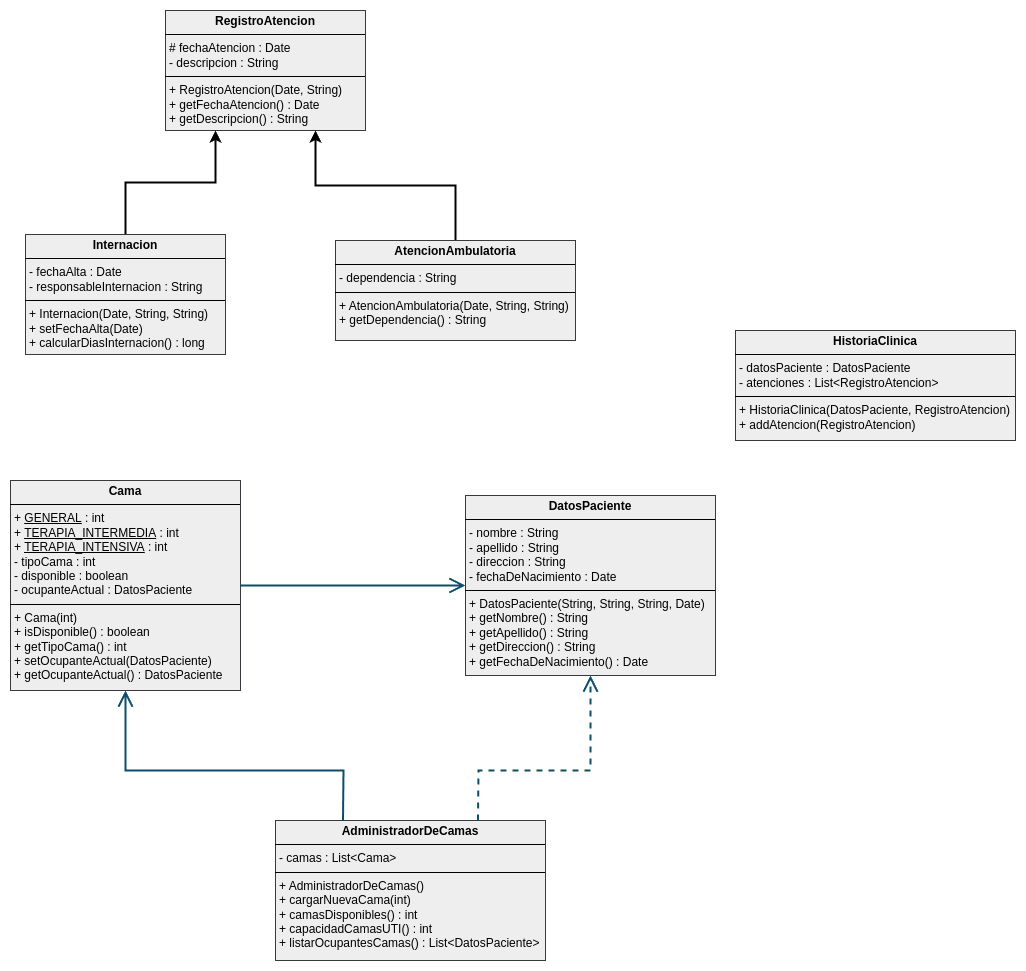
The draw.io diagram TP - Diagrama de Clases/Ej11/Ej11.drawio.png in nachoperna/Metodologias-de-Desarrollo-de-Software, before a commit. Source tidied: cells renumbered, new cells last; positions are measured from the earlier drawing's top-left corner, leaving out a move shared by most shapes. Its diagram source:
```xml
<mxGraphModel>
  <root>
    <mxCell id="0" />
    <mxCell id="1" parent="0" />
    <mxCell id="2" value="&lt;p style=&quot;margin:0px;margin-top:4px;text-align:center;&quot;&gt;&lt;b&gt;RegistroAtencion&lt;/b&gt;&lt;/p&gt;&lt;hr size=&quot;1&quot; style=&quot;border-style:solid;&quot;&gt;&lt;p style=&quot;margin:0px;margin-left:4px;&quot;&gt;# fechaAtencion : Date&lt;/p&gt;&lt;p style=&quot;margin:0px;margin-left:4px;&quot;&gt;- descripcion : String&lt;/p&gt;&lt;hr size=&quot;1&quot; style=&quot;border-style:solid;&quot;&gt;&lt;p style=&quot;margin:0px;margin-left:4px;&quot;&gt;+ RegistroAtencion(Date, String)&lt;/p&gt;&lt;p style=&quot;margin:0px;margin-left:4px;&quot;&gt;+ getFechaAtencion() : Date&lt;/p&gt;&lt;p style=&quot;margin:0px;margin-left:4px;&quot;&gt;+ getDescripcion() : String&lt;/p&gt;" style="verticalAlign=top;align=left;overflow=fill;html=1;whiteSpace=wrap;fillColor=#eeeeee;strokeColor=#36393d;" parent="1" vertex="1">
      <mxGeometry x="155" width="200" height="120" as="geometry" />
    </mxCell>
    <mxCell id="3" style="edgeStyle=orthogonalEdgeStyle;rounded=0;jettySize=auto;html=1;entryX=0.75;entryY=1;entryDx=0;entryDy=0;strokeWidth=2;" parent="1" edge="1" source="4" target="2">
      <mxGeometry relative="1" as="geometry" />
    </mxCell>
    <mxCell id="4" value="&lt;p style=&quot;margin:0px;margin-top:4px;text-align:center;&quot;&gt;&lt;b&gt;AtencionAmbulatoria&lt;/b&gt;&lt;/p&gt;&lt;hr size=&quot;1&quot; style=&quot;border-style:solid;&quot;&gt;&lt;p style=&quot;margin:0px;margin-left:4px;&quot;&gt;- dependencia : String&lt;/p&gt;&lt;hr size=&quot;1&quot; style=&quot;border-style:solid;&quot;&gt;&lt;p style=&quot;margin:0px;margin-left:4px;&quot;&gt;+ AtencionAmbulatoria(Date, String, String)&lt;/p&gt;&lt;p style=&quot;margin:0px;margin-left:4px;&quot;&gt;+ getDependencia() : String&lt;/p&gt;" style="verticalAlign=top;align=left;overflow=fill;html=1;whiteSpace=wrap;fillColor=#eeeeee;strokeColor=#36393d;" parent="1" vertex="1">
      <mxGeometry x="325" y="230" width="240" height="100" as="geometry" />
    </mxCell>
    <mxCell id="5" style="edgeStyle=orthogonalEdgeStyle;rounded=0;jettySize=auto;html=1;entryX=0.25;entryY=1;entryDx=0;entryDy=0;strokeWidth=2;" parent="1" edge="1" source="6" target="2">
      <mxGeometry relative="1" as="geometry" />
    </mxCell>
    <mxCell id="6" value="&lt;p style=&quot;margin:0px;margin-top:4px;text-align:center;&quot;&gt;&lt;b&gt;Internacion&lt;/b&gt;&lt;/p&gt;&lt;hr size=&quot;1&quot; style=&quot;border-style:solid;&quot;&gt;&lt;p style=&quot;margin:0px;margin-left:4px;&quot;&gt;- fechaAlta : Date&lt;/p&gt;&lt;p style=&quot;margin:0px;margin-left:4px;&quot;&gt;- responsableInternacion : String&lt;/p&gt;&lt;hr size=&quot;1&quot; style=&quot;border-style:solid;&quot;&gt;&lt;p style=&quot;margin:0px;margin-left:4px;&quot;&gt;+ Internacion(Date, String, String)&lt;/p&gt;&lt;p style=&quot;margin:0px;margin-left:4px;&quot;&gt;+ setFechaAlta(Date)&lt;/p&gt;&lt;p style=&quot;margin:0px;margin-left:4px;&quot;&gt;+ calcularDiasInternacion() : long&lt;/p&gt;" style="verticalAlign=top;align=left;overflow=fill;html=1;whiteSpace=wrap;fillColor=#eeeeee;strokeColor=#36393d;" parent="1" vertex="1">
      <mxGeometry x="15" y="224" width="200" height="120" as="geometry" />
    </mxCell>
    <mxCell id="7" value="&lt;p style=&quot;margin:0px;margin-top:4px;text-align:center;&quot;&gt;&lt;b&gt;DatosPaciente&lt;/b&gt;&lt;/p&gt;&lt;hr size=&quot;1&quot; style=&quot;border-style:solid;&quot;&gt;&lt;p style=&quot;margin:0px;margin-left:4px;&quot;&gt;- nombre : String&lt;/p&gt;&lt;p style=&quot;margin:0px;margin-left:4px;&quot;&gt;- apellido : String&lt;/p&gt;&lt;p style=&quot;margin:0px;margin-left:4px;&quot;&gt;- direccion : String&lt;/p&gt;&lt;p style=&quot;margin:0px;margin-left:4px;&quot;&gt;- fechaDeNacimiento : Date&lt;/p&gt;&lt;hr size=&quot;1&quot; style=&quot;border-style:solid;&quot;&gt;&lt;p style=&quot;margin:0px;margin-left:4px;&quot;&gt;+ DatosPaciente(String, String, String, Date)&lt;/p&gt;&lt;p style=&quot;margin:0px;margin-left:4px;&quot;&gt;+ getNombre() : String&lt;/p&gt;&lt;p style=&quot;margin:0px;margin-left:4px;&quot;&gt;+ getApellido() : String&lt;/p&gt;&lt;p style=&quot;margin:0px;margin-left:4px;&quot;&gt;+ getDireccion() : String&lt;/p&gt;&lt;p style=&quot;margin:0px;margin-left:4px;&quot;&gt;+ getFechaDeNacimiento() : Date&lt;/p&gt;" style="verticalAlign=top;align=left;overflow=fill;html=1;whiteSpace=wrap;fillColor=#eeeeee;strokeColor=#36393d;" parent="1" vertex="1">
      <mxGeometry x="455" y="485" width="250" height="180" as="geometry" />
    </mxCell>
    <mxCell id="8" value="&lt;p style=&quot;margin:0px;margin-top:4px;text-align:center;&quot;&gt;&lt;b&gt;HistoriaClinica&lt;/b&gt;&lt;/p&gt;&lt;hr size=&quot;1&quot; style=&quot;border-style:solid;&quot;&gt;&lt;p style=&quot;margin:0px;margin-left:4px;&quot;&gt;- datosPaciente : DatosPaciente&lt;/p&gt;&lt;p style=&quot;margin:0px;margin-left:4px;&quot;&gt;- atenciones : List&amp;lt;RegistroAtencion&amp;gt;&lt;/p&gt;&lt;hr size=&quot;1&quot; style=&quot;border-style:solid;&quot;&gt;&lt;p style=&quot;margin:0px;margin-left:4px;&quot;&gt;+ HistoriaClinica(DatosPaciente, RegistroAtencion)&lt;/p&gt;&lt;p style=&quot;margin:0px;margin-left:4px;&quot;&gt;+ addAtencion(RegistroAtencion)&lt;/p&gt;" style="verticalAlign=top;align=left;overflow=fill;html=1;whiteSpace=wrap;fillColor=#eeeeee;strokeColor=#36393d;" parent="1" vertex="1">
      <mxGeometry x="725" y="320" width="280" height="110" as="geometry" />
    </mxCell>
    <mxCell id="9" value="&lt;p style=&quot;margin:0px;margin-top:4px;text-align:center;&quot;&gt;&lt;b&gt;Cama&lt;/b&gt;&lt;/p&gt;&lt;hr size=&quot;1&quot; style=&quot;border-style:solid;&quot;&gt;&lt;p style=&quot;margin:0px;margin-left:4px;&quot;&gt;+ &lt;u&gt;GENERAL&lt;/u&gt;&amp;nbsp;: int&lt;/p&gt;&lt;p style=&quot;margin:0px;margin-left:4px;&quot;&gt;+ &lt;u&gt;TERAPIA_INTERMEDIA&lt;/u&gt;&amp;nbsp;: int&lt;/p&gt;&lt;p style=&quot;margin:0px;margin-left:4px;&quot;&gt;+ &lt;u&gt;TERAPIA_INTENSIVA&lt;/u&gt;&amp;nbsp;: int&lt;/p&gt;&lt;p style=&quot;margin:0px;margin-left:4px;&quot;&gt;- tipoCama : int&lt;/p&gt;&lt;p style=&quot;margin:0px;margin-left:4px;&quot;&gt;- disponible : boolean&lt;/p&gt;&lt;p style=&quot;margin:0px;margin-left:4px;&quot;&gt;- ocupanteActual : DatosPaciente&lt;/p&gt;&lt;hr size=&quot;1&quot; style=&quot;border-style:solid;&quot;&gt;&lt;p style=&quot;margin:0px;margin-left:4px;&quot;&gt;+ Cama(int)&lt;/p&gt;&lt;p style=&quot;margin:0px;margin-left:4px;&quot;&gt;+ isDisponible() : boolean&lt;/p&gt;&lt;p style=&quot;margin:0px;margin-left:4px;&quot;&gt;+ getTipoCama() : int&lt;/p&gt;&lt;p style=&quot;margin:0px;margin-left:4px;&quot;&gt;+ setOcupanteActual(DatosPaciente)&lt;/p&gt;&lt;p style=&quot;margin:0px;margin-left:4px;&quot;&gt;+ getOcupanteActual() : DatosPaciente&lt;/p&gt;" style="verticalAlign=top;align=left;overflow=fill;html=1;whiteSpace=wrap;fillColor=#eeeeee;strokeColor=#36393d;" parent="1" vertex="1">
      <mxGeometry y="470" width="230" height="210" as="geometry" />
    </mxCell>
    <mxCell id="10" value="&lt;p style=&quot;margin:0px;margin-top:4px;text-align:center;&quot;&gt;&lt;b&gt;AdministradorDeCamas&lt;/b&gt;&lt;/p&gt;&lt;hr size=&quot;1&quot; style=&quot;border-style:solid;&quot;&gt;&lt;p style=&quot;margin:0px;margin-left:4px;&quot;&gt;- camas : List&amp;lt;Cama&amp;gt;&lt;/p&gt;&lt;hr size=&quot;1&quot; style=&quot;border-style:solid;&quot;&gt;&lt;p style=&quot;margin:0px;margin-left:4px;&quot;&gt;+ AdministradorDeCamas()&lt;/p&gt;&lt;p style=&quot;margin:0px;margin-left:4px;&quot;&gt;+ cargarNuevaCama(int)&lt;/p&gt;&lt;p style=&quot;margin:0px;margin-left:4px;&quot;&gt;+ camasDisponibles() : int&lt;/p&gt;&lt;p style=&quot;margin:0px;margin-left:4px;&quot;&gt;+ capacidadCamasUTI() : int&lt;/p&gt;&lt;p style=&quot;margin:0px;margin-left:4px;&quot;&gt;+ listarOcupantesCamas() : List&amp;lt;DatosPaciente&amp;gt;&lt;/p&gt;" style="verticalAlign=top;align=left;overflow=fill;html=1;whiteSpace=wrap;fillColor=#eeeeee;strokeColor=#36393d;" parent="1" vertex="1">
      <mxGeometry x="265" y="810" width="270" height="140" as="geometry" />
    </mxCell>
    <mxCell id="11" style="endArrow=open;endFill=1;endSize=12;html=1;rounded=0;strokeColor=#0B4D6A;exitX=1;exitY=0.5;exitDx=0;exitDy=0;entryX=0;entryY=0.5;entryDx=0;entryDy=0;strokeWidth=2;" parent="1" edge="1" source="9" target="7">
      <mxGeometry relative="1" as="geometry" />
    </mxCell>
    <mxCell id="12" style="endArrow=open;endFill=1;endSize=12;html=1;rounded=0;strokeColor=#0B4D6A;exitX=0.25;exitY=0;exitDx=0;exitDy=0;entryX=0.5;entryY=1;entryDx=0;entryDy=0;strokeWidth=2;" parent="1" edge="1" source="10" target="9">
      <mxGeometry relative="1" as="geometry">
        <Array as="points">
          <mxPoint x="333" y="760" />
          <mxPoint x="115" y="760" />
        </Array>
      </mxGeometry>
    </mxCell>
    <mxCell id="13" style="endArrow=open;endFill=1;endSize=12;html=1;rounded=0;strokeColor=#0B4D6A;exitX=0.75;exitY=0;exitDx=0;exitDy=0;entryX=0.5;entryY=1;entryDx=0;entryDy=0;strokeWidth=2;dashed=1;" parent="1" edge="1" source="10" target="7">
      <mxGeometry relative="1" as="geometry">
        <Array as="points">
          <mxPoint x="468" y="760" />
          <mxPoint x="580" y="760" />
        </Array>
      </mxGeometry>
    </mxCell>
  </root>
</mxGraphModel>
```
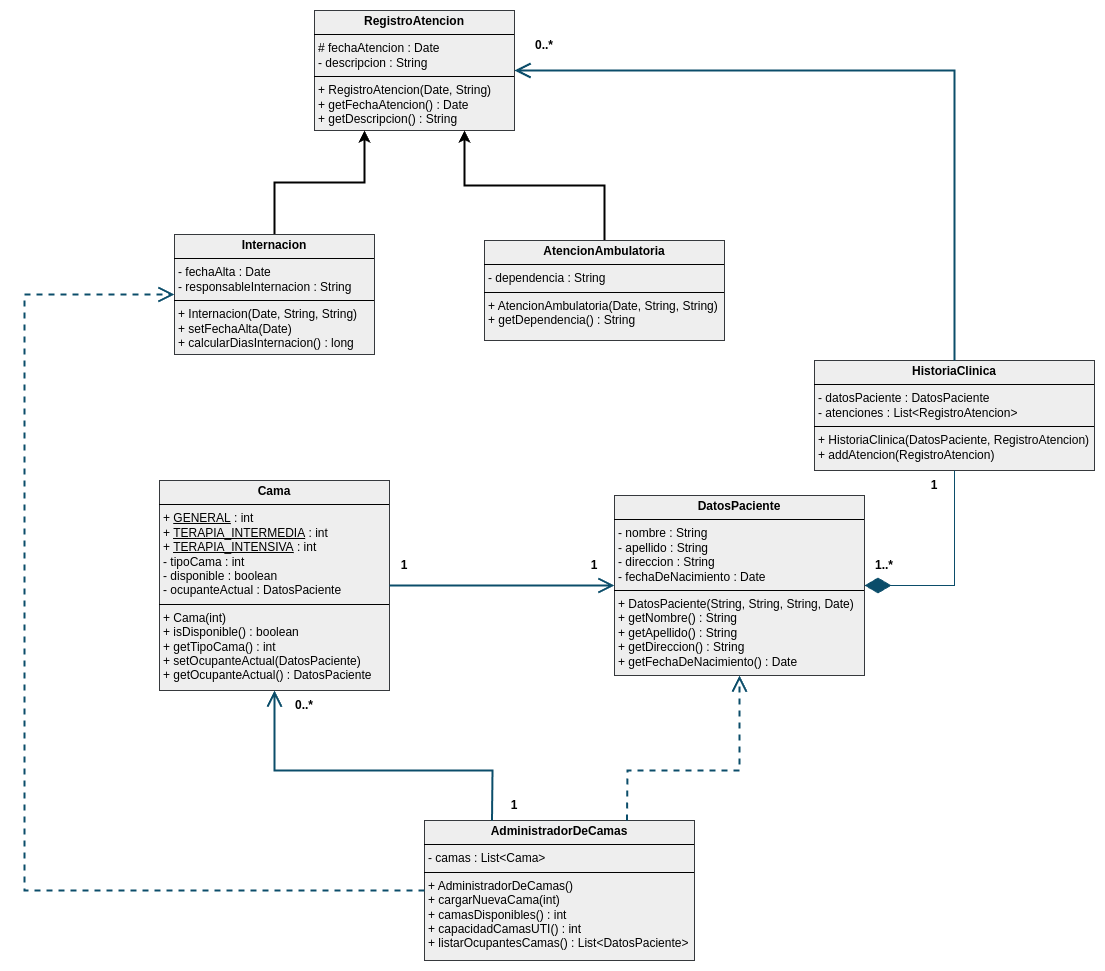
The same file after the commit.

Commit message:
ej11 corregido y terminado

The edit, as a diff of the source:
```diff
@@ -21,7 +21,7 @@
       <mxGeometry x="455" y="485" width="250" height="180" as="geometry" />
     </mxCell>
     <mxCell id="8" value="&lt;p style=&quot;margin:0px;margin-top:4px;text-align:center;&quot;&gt;&lt;b&gt;HistoriaClinica&lt;/b&gt;&lt;/p&gt;&lt;hr size=&quot;1&quot; style=&quot;border-style:solid;&quot;&gt;&lt;p style=&quot;margin:0px;margin-left:4px;&quot;&gt;- datosPaciente : DatosPaciente&lt;/p&gt;&lt;p style=&quot;margin:0px;margin-left:4px;&quot;&gt;- atenciones : List&amp;lt;RegistroAtencion&amp;gt;&lt;/p&gt;&lt;hr size=&quot;1&quot; style=&quot;border-style:solid;&quot;&gt;&lt;p style=&quot;margin:0px;margin-left:4px;&quot;&gt;+ HistoriaClinica(DatosPaciente, RegistroAtencion)&lt;/p&gt;&lt;p style=&quot;margin:0px;margin-left:4px;&quot;&gt;+ addAtencion(RegistroAtencion)&lt;/p&gt;" style="verticalAlign=top;align=left;overflow=fill;html=1;whiteSpace=wrap;fillColor=#eeeeee;strokeColor=#36393d;" parent="1" vertex="1">
-      <mxGeometry x="725" y="320" width="280" height="110" as="geometry" />
+      <mxGeometry x="655" y="350" width="280" height="110" as="geometry" />
     </mxCell>
     <mxCell id="9" value="&lt;p style=&quot;margin:0px;margin-top:4px;text-align:center;&quot;&gt;&lt;b&gt;Cama&lt;/b&gt;&lt;/p&gt;&lt;hr size=&quot;1&quot; style=&quot;border-style:solid;&quot;&gt;&lt;p style=&quot;margin:0px;margin-left:4px;&quot;&gt;+ &lt;u&gt;GENERAL&lt;/u&gt;&amp;nbsp;: int&lt;/p&gt;&lt;p style=&quot;margin:0px;margin-left:4px;&quot;&gt;+ &lt;u&gt;TERAPIA_INTERMEDIA&lt;/u&gt;&amp;nbsp;: int&lt;/p&gt;&lt;p style=&quot;margin:0px;margin-left:4px;&quot;&gt;+ &lt;u&gt;TERAPIA_INTENSIVA&lt;/u&gt;&amp;nbsp;: int&lt;/p&gt;&lt;p style=&quot;margin:0px;margin-left:4px;&quot;&gt;- tipoCama : int&lt;/p&gt;&lt;p style=&quot;margin:0px;margin-left:4px;&quot;&gt;- disponible : boolean&lt;/p&gt;&lt;p style=&quot;margin:0px;margin-left:4px;&quot;&gt;- ocupanteActual : DatosPaciente&lt;/p&gt;&lt;hr size=&quot;1&quot; style=&quot;border-style:solid;&quot;&gt;&lt;p style=&quot;margin:0px;margin-left:4px;&quot;&gt;+ Cama(int)&lt;/p&gt;&lt;p style=&quot;margin:0px;margin-left:4px;&quot;&gt;+ isDisponible() : boolean&lt;/p&gt;&lt;p style=&quot;margin:0px;margin-left:4px;&quot;&gt;+ getTipoCama() : int&lt;/p&gt;&lt;p style=&quot;margin:0px;margin-left:4px;&quot;&gt;+ setOcupanteActual(DatosPaciente)&lt;/p&gt;&lt;p style=&quot;margin:0px;margin-left:4px;&quot;&gt;+ getOcupanteActual() : DatosPaciente&lt;/p&gt;" style="verticalAlign=top;align=left;overflow=fill;html=1;whiteSpace=wrap;fillColor=#eeeeee;strokeColor=#36393d;" parent="1" vertex="1">
       <mxGeometry y="470" width="230" height="210" as="geometry" />
@@ -48,5 +48,49 @@
         </Array>
       </mxGeometry>
     </mxCell>
+    <mxCell id="14" style="endArrow=open;endFill=1;endSize=12;html=1;rounded=0;strokeColor=#0B4D6A;exitX=0;exitY=0.5;exitDx=0;exitDy=0;entryX=0;entryY=0.5;entryDx=0;entryDy=0;strokeWidth=2;dashed=1;" parent="1" edge="1" source="10" target="6">
+      <mxGeometry relative="1" as="geometry">
+        <Array as="points">
+          <mxPoint x="-135" y="880" />
+          <mxPoint x="-135" y="570" />
+          <mxPoint x="-135" y="284" />
+        </Array>
+      </mxGeometry>
+    </mxCell>
+    <mxCell id="15" style="endArrow=diamondThin;endFill=1;endSize=24;html=1;rounded=0;strokeColor=#0B4D6A;entryX=1;entryY=0.5;entryDx=0;entryDy=0;exitX=0.5;exitY=1;exitDx=0;exitDy=0;" parent="1" edge="1" source="8" target="7">
+      <mxGeometry relative="1" as="geometry">
+        <Array as="points">
+          <mxPoint x="795" y="575" />
+        </Array>
+      </mxGeometry>
+    </mxCell>
+    <mxCell id="16" style="endArrow=open;endFill=1;endSize=12;html=1;rounded=0;strokeColor=#0B4D6A;exitX=0.5;exitY=0;exitDx=0;exitDy=0;entryX=1;entryY=0.5;entryDx=0;entryDy=0;strokeWidth=2;" parent="1" edge="1" source="8" target="2">
+      <mxGeometry relative="1" as="geometry">
+        <Array as="points">
+          <mxPoint x="795" y="60" />
+        </Array>
+      </mxGeometry>
+    </mxCell>
+    <mxCell id="17" value="&lt;b&gt;0..*&lt;/b&gt;" style="text;strokeColor=none;align=center;fillColor=none;html=1;verticalAlign=middle;whiteSpace=wrap;rounded=0;" parent="1" vertex="1">
+      <mxGeometry x="115" y="680" width="60" height="30" as="geometry" />
+    </mxCell>
+    <mxCell id="18" value="&lt;b&gt;1&lt;/b&gt;" style="text;strokeColor=none;align=center;fillColor=none;html=1;verticalAlign=middle;whiteSpace=wrap;rounded=0;" parent="1" vertex="1">
+      <mxGeometry x="325" y="780" width="60" height="30" as="geometry" />
+    </mxCell>
+    <mxCell id="19" value="&lt;b&gt;1&lt;/b&gt;" style="text;strokeColor=none;align=center;fillColor=none;html=1;verticalAlign=middle;whiteSpace=wrap;rounded=0;" parent="1" vertex="1">
+      <mxGeometry x="405" y="540" width="60" height="30" as="geometry" />
+    </mxCell>
+    <mxCell id="20" value="&lt;b&gt;1&lt;/b&gt;" style="text;strokeColor=none;align=center;fillColor=none;html=1;verticalAlign=middle;whiteSpace=wrap;rounded=0;" parent="1" vertex="1">
+      <mxGeometry x="215" y="540" width="60" height="30" as="geometry" />
+    </mxCell>
+    <mxCell id="21" value="&lt;b&gt;1&lt;/b&gt;" style="text;strokeColor=none;align=center;fillColor=none;html=1;verticalAlign=middle;whiteSpace=wrap;rounded=0;" parent="1" vertex="1">
+      <mxGeometry x="745" y="460" width="60" height="30" as="geometry" />
+    </mxCell>
+    <mxCell id="22" value="&lt;b&gt;1..*&lt;/b&gt;" style="text;strokeColor=none;align=center;fillColor=none;html=1;verticalAlign=middle;whiteSpace=wrap;rounded=0;" parent="1" vertex="1">
+      <mxGeometry x="695" y="540" width="60" height="30" as="geometry" />
+    </mxCell>
+    <mxCell id="23" value="&lt;b&gt;0..*&lt;/b&gt;" style="text;strokeColor=none;align=center;fillColor=none;html=1;verticalAlign=middle;whiteSpace=wrap;rounded=0;" parent="1" vertex="1">
+      <mxGeometry x="355" y="20" width="60" height="30" as="geometry" />
+    </mxCell>
   </root>
 </mxGraphModel>
```
